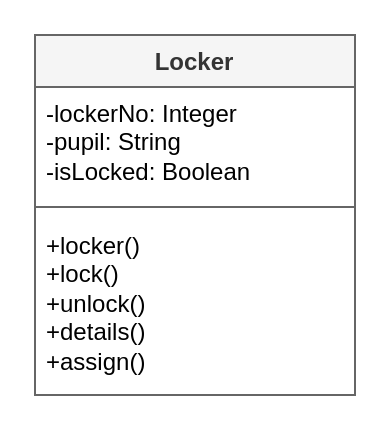
Before: page "class" (2 of 3) of ah-cs/sdd/AH-SDD-Lockers/assets/diagrams/AH-SDD-Lockers.drawio in MrFriendCS/MrFriendCS.github.io, a draw.io diagram. Source tidied: cells renumbered, new cells numbered last; positions are measured from the earlier drawing's top-left corner, leaving out a move shared by most shapes. Both pictures are drawn from the tidied source at 200%, with x=0, y=0 at pixel (34, 34).
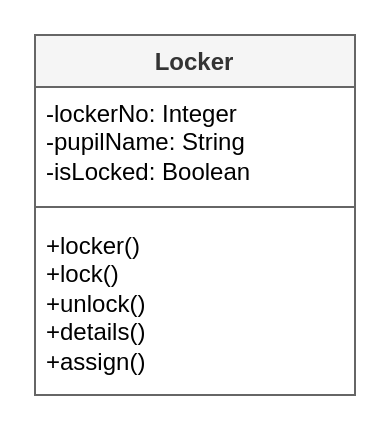
Above is the later version.

Diff of the diagram source:
```diff
@@
 <mxGraphModel>
   <root>
     <mxCell id="0" />
     <mxCell id="1" parent="0" />
     <mxCell id="2" value="Locker" style="swimlane;fontStyle=1;align=center;verticalAlign=top;horizontal=1;startSize=26;whiteSpace=wrap;html=1;fillColor=#f5f5f5;fontColor=#333333;strokeColor=#666666;" parent="1" vertex="1">
       <mxGeometry width="160" height="180" as="geometry" />
     </mxCell>
-    <mxCell id="3" value="-lockerNo: Integer&lt;div&gt;-pupil: String&lt;br&gt;&lt;div&gt;-isLocked: Boolean&lt;/div&gt;&lt;/div&gt;" style="text;strokeColor=none;fillColor=none;align=left;verticalAlign=top;spacingLeft=4;spacingRight=4;overflow=hidden;whiteSpace=wrap;html=1;" parent="2" vertex="1">
+    <mxCell id="3" value="-lockerNo: Integer&lt;div&gt;-pupilName: String&lt;br&gt;&lt;div&gt;-isLocked: Boolean&lt;/div&gt;&lt;/div&gt;" style="text;strokeColor=none;fillColor=none;align=left;verticalAlign=top;spacingLeft=4;spacingRight=4;overflow=hidden;whiteSpace=wrap;html=1;" parent="2" vertex="1">
       <mxGeometry y="26" width="160" height="54" as="geometry" />
     </mxCell>
     <mxCell id="4" style="line;strokeWidth=1;fillColor=none;align=left;verticalAlign=middle;spacingTop=-1;spacingLeft=3;spacingRight=3;labelPosition=right;strokeColor=inherit;" parent="2" vertex="1">
       <mxGeometry y="80" width="160" height="12" as="geometry" />
     </mxCell>
     <mxCell id="5" value="+locker()&lt;div&gt;+lock()&lt;/div&gt;&lt;div&gt;+unlock()&lt;/div&gt;&lt;div&gt;+details()&lt;br&gt;&lt;/div&gt;&lt;div&gt;+assign()&lt;/div&gt;" style="text;strokeColor=none;fillColor=none;align=left;verticalAlign=top;spacingLeft=4;spacingRight=4;overflow=hidden;whiteSpace=wrap;html=1;" parent="2" vertex="1">
       <mxGeometry y="92" width="160" height="88" as="geometry" />
     </mxCell>
   </root>
 </mxGraphModel>
```
